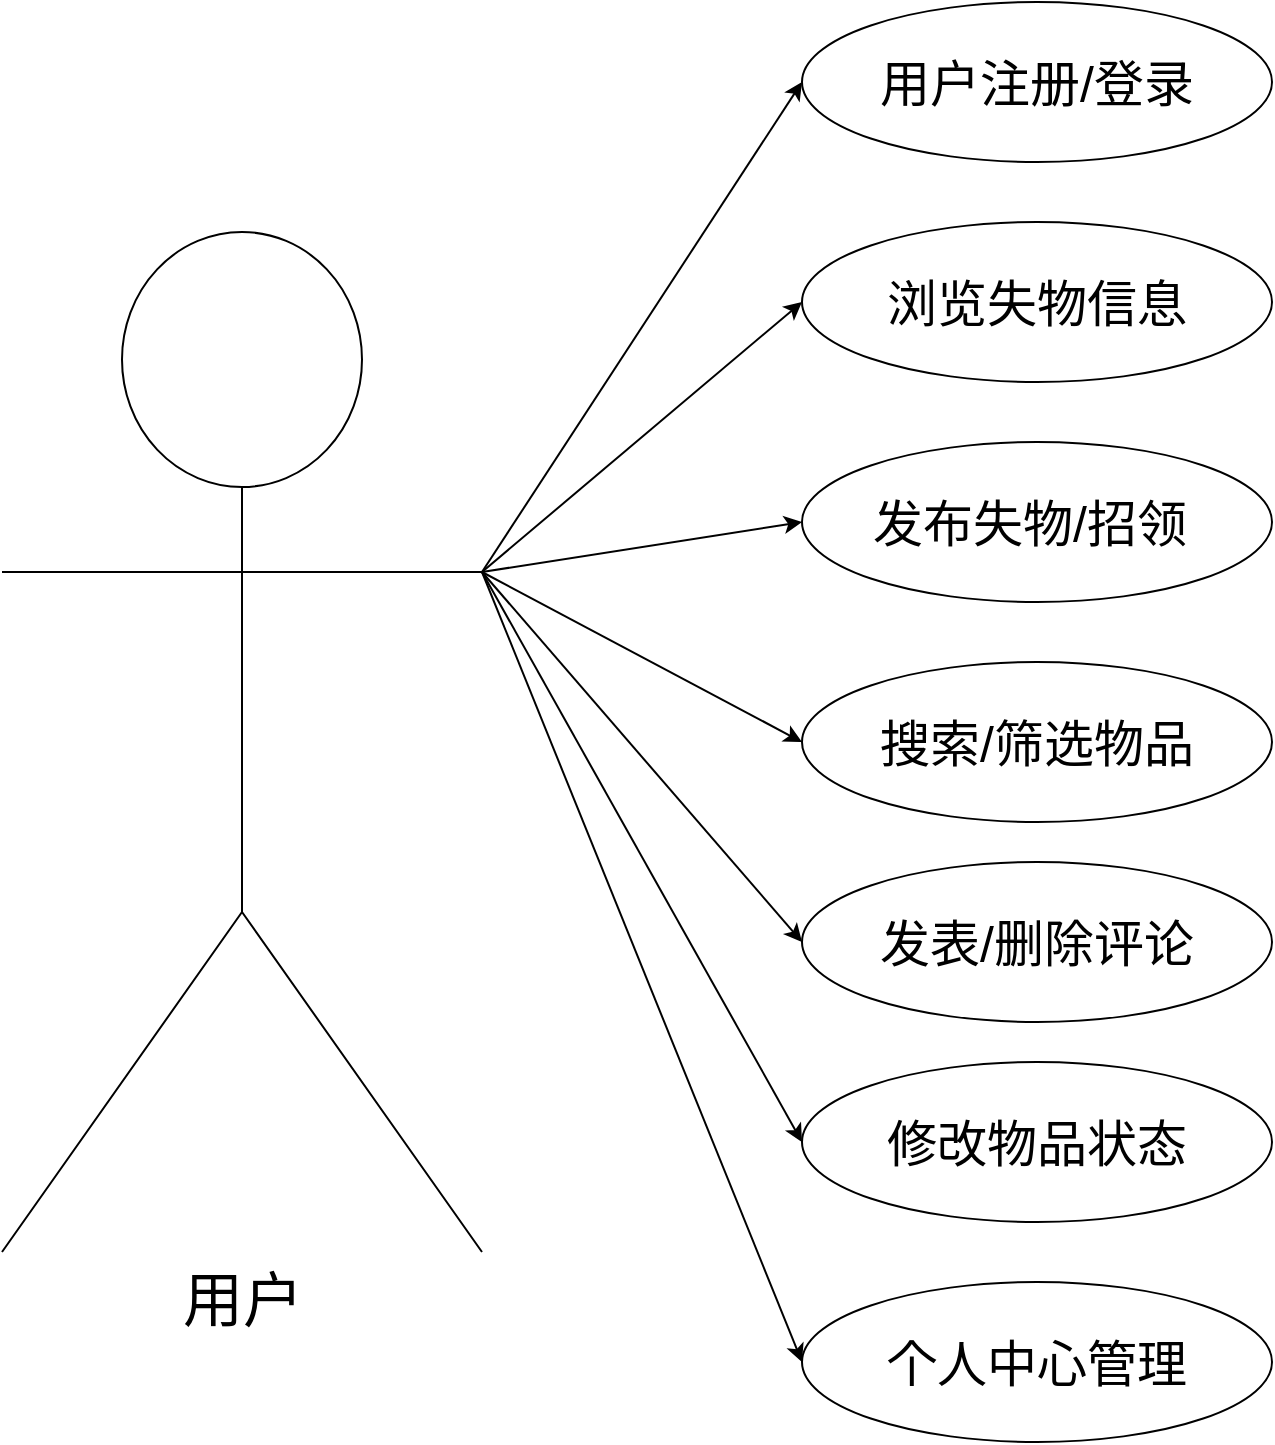
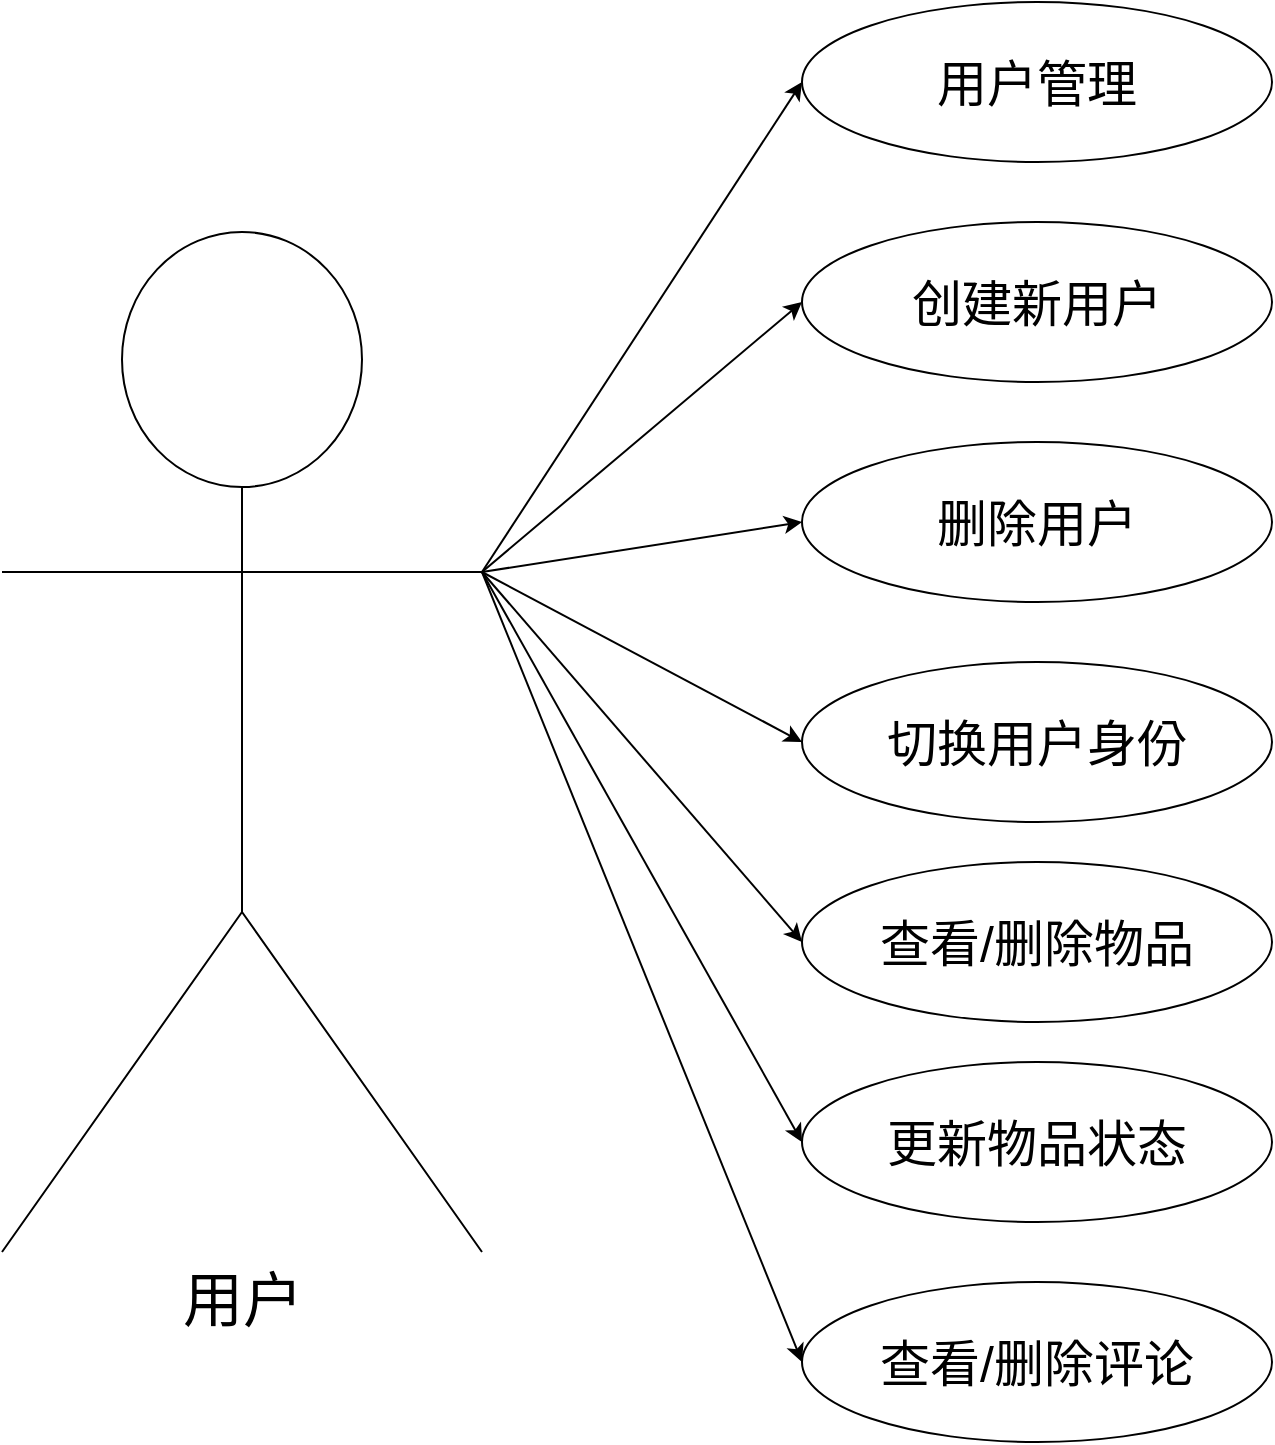
<mxfile host="app.diagrams.net">
  <diagram name="第 1 页" id="93CouexCpHVK_NWImTAk">
    <mxGraphModel dx="1460" dy="757" grid="1" gridSize="10" guides="1" tooltips="1" connect="1" arrows="1" fold="1" page="1" pageScale="1" pageWidth="1169" pageHeight="827" math="0" shadow="0">
      <root>
        <mxCell id="0" />
        <mxCell id="1" parent="0" />
        <mxCell id="UZudlfkvn2CpbX-pcirz-12" edge="1" parent="1" source="UZudlfkvn2CpbX-pcirz-1" style="rounded=0;orthogonalLoop=1;jettySize=auto;html=1;exitX=1;exitY=0.3333333333333333;exitDx=0;exitDy=0;exitPerimeter=0;entryX=0;entryY=0.5;entryDx=0;entryDy=0;" target="UZudlfkvn2CpbX-pcirz-3">
          <mxGeometry relative="1" as="geometry" />
        </mxCell>
        <mxCell id="UZudlfkvn2CpbX-pcirz-13" edge="1" parent="1" source="UZudlfkvn2CpbX-pcirz-1" style="rounded=0;orthogonalLoop=1;jettySize=auto;html=1;exitX=1;exitY=0.3333333333333333;exitDx=0;exitDy=0;exitPerimeter=0;entryX=0;entryY=0.5;entryDx=0;entryDy=0;" target="UZudlfkvn2CpbX-pcirz-9">
          <mxGeometry relative="1" as="geometry" />
        </mxCell>
        <mxCell id="UZudlfkvn2CpbX-pcirz-14" edge="1" parent="1" source="UZudlfkvn2CpbX-pcirz-1" style="rounded=0;orthogonalLoop=1;jettySize=auto;html=1;exitX=1;exitY=0.3333333333333333;exitDx=0;exitDy=0;exitPerimeter=0;entryX=0;entryY=0.5;entryDx=0;entryDy=0;" target="UZudlfkvn2CpbX-pcirz-8">
          <mxGeometry relative="1" as="geometry" />
        </mxCell>
        <mxCell id="UZudlfkvn2CpbX-pcirz-15" edge="1" parent="1" source="UZudlfkvn2CpbX-pcirz-1" style="rounded=0;orthogonalLoop=1;jettySize=auto;html=1;exitX=1;exitY=0.3333333333333333;exitDx=0;exitDy=0;exitPerimeter=0;entryX=0;entryY=0.5;entryDx=0;entryDy=0;" target="UZudlfkvn2CpbX-pcirz-7">
          <mxGeometry relative="1" as="geometry" />
        </mxCell>
        <mxCell id="UZudlfkvn2CpbX-pcirz-16" edge="1" parent="1" source="UZudlfkvn2CpbX-pcirz-1" style="rounded=0;orthogonalLoop=1;jettySize=auto;html=1;exitX=1;exitY=0.3333333333333333;exitDx=0;exitDy=0;exitPerimeter=0;entryX=0;entryY=0.5;entryDx=0;entryDy=0;" target="UZudlfkvn2CpbX-pcirz-6">
          <mxGeometry relative="1" as="geometry" />
        </mxCell>
        <mxCell id="UZudlfkvn2CpbX-pcirz-17" edge="1" parent="1" source="UZudlfkvn2CpbX-pcirz-1" style="rounded=0;orthogonalLoop=1;jettySize=auto;html=1;exitX=1;exitY=0.3333333333333333;exitDx=0;exitDy=0;exitPerimeter=0;entryX=0;entryY=0.5;entryDx=0;entryDy=0;" target="UZudlfkvn2CpbX-pcirz-5">
          <mxGeometry relative="1" as="geometry" />
        </mxCell>
        <mxCell id="UZudlfkvn2CpbX-pcirz-18" edge="1" parent="1" source="UZudlfkvn2CpbX-pcirz-1" style="rounded=0;orthogonalLoop=1;jettySize=auto;html=1;exitX=1;exitY=0.3333333333333333;exitDx=0;exitDy=0;exitPerimeter=0;entryX=0;entryY=0.5;entryDx=0;entryDy=0;" target="UZudlfkvn2CpbX-pcirz-4">
          <mxGeometry relative="1" as="geometry" />
        </mxCell>
        <mxCell id="UZudlfkvn2CpbX-pcirz-1" parent="1" style="shape=umlActor;verticalLabelPosition=bottom;verticalAlign=top;html=1;outlineConnect=0;fillColor=none;" value="&lt;font style=&quot;font-size: 30px;&quot;&gt;用户&lt;/font&gt;" vertex="1">
          <mxGeometry height="510" width="240" x="60" y="125" as="geometry" />
        </mxCell>
-         <mxCell id="UZudlfkvn2CpbX-pcirz-3" parent="1" style="ellipse;whiteSpace=wrap;html=1;fillColor=none;" value="&lt;font style=&quot;font-size: 25px;&quot;&gt;用户注册/登录&lt;/font&gt;" vertex="1">
+         <mxCell id="UZudlfkvn2CpbX-pcirz-3" parent="1" style="ellipse;whiteSpace=wrap;html=1;fillColor=none;" value="&lt;font style=&quot;font-size: 25px;&quot;&gt;用户管理&lt;/font&gt;" vertex="1">
          <mxGeometry height="80" width="235" x="460" y="10" as="geometry" />
        </mxCell>
-         <mxCell id="UZudlfkvn2CpbX-pcirz-4" parent="1" style="ellipse;whiteSpace=wrap;html=1;fillColor=none;" value="&lt;font style=&quot;font-size: 25px;&quot;&gt;个人中心管理&lt;/font&gt;" vertex="1">
+         <mxCell id="UZudlfkvn2CpbX-pcirz-4" parent="1" style="ellipse;whiteSpace=wrap;html=1;fillColor=none;" value="&lt;font style=&quot;font-size: 25px;&quot;&gt;查看/删除评论&lt;/font&gt;" vertex="1">
          <mxGeometry height="80" width="235" x="460" y="650" as="geometry" />
        </mxCell>
-         <mxCell id="UZudlfkvn2CpbX-pcirz-5" parent="1" style="ellipse;whiteSpace=wrap;html=1;fillColor=none;" value="&lt;font style=&quot;font-size: 25px;&quot;&gt;修改物品状态&lt;/font&gt;" vertex="1">
+         <mxCell id="UZudlfkvn2CpbX-pcirz-5" parent="1" style="ellipse;whiteSpace=wrap;html=1;fillColor=none;" value="&lt;font style=&quot;font-size: 25px;&quot;&gt;更新物品状态&lt;/font&gt;" vertex="1">
          <mxGeometry height="80" width="235" x="460" y="540" as="geometry" />
        </mxCell>
-         <mxCell id="UZudlfkvn2CpbX-pcirz-6" parent="1" style="ellipse;whiteSpace=wrap;html=1;fillColor=none;" value="&lt;font style=&quot;font-size: 25px;&quot;&gt;发表/删除评论&lt;/font&gt;" vertex="1">
+         <mxCell id="UZudlfkvn2CpbX-pcirz-6" parent="1" style="ellipse;whiteSpace=wrap;html=1;fillColor=none;" value="&lt;font style=&quot;font-size: 25px;&quot;&gt;查看/删除物品&lt;/font&gt;" vertex="1">
          <mxGeometry height="80" width="235" x="460" y="440" as="geometry" />
        </mxCell>
-         <mxCell id="UZudlfkvn2CpbX-pcirz-7" parent="1" style="ellipse;whiteSpace=wrap;html=1;fillColor=none;" value="&lt;font style=&quot;font-size: 25px;&quot;&gt;搜索/筛选物品&lt;/font&gt;" vertex="1">
+         <mxCell id="UZudlfkvn2CpbX-pcirz-7" parent="1" style="ellipse;whiteSpace=wrap;html=1;fillColor=none;" value="&lt;font style=&quot;font-size: 25px;&quot;&gt;切换用户身份&lt;/font&gt;" vertex="1">
          <mxGeometry height="80" width="235" x="460" y="340" as="geometry" />
        </mxCell>
-         <mxCell id="UZudlfkvn2CpbX-pcirz-8" parent="1" style="ellipse;whiteSpace=wrap;html=1;fillColor=none;" value="&lt;font style=&quot;font-size: 25px;&quot;&gt;发布失物/招领&amp;nbsp;&lt;/font&gt;" vertex="1">
+         <mxCell id="UZudlfkvn2CpbX-pcirz-8" parent="1" style="ellipse;whiteSpace=wrap;html=1;fillColor=none;" value="&lt;font style=&quot;font-size: 25px;&quot;&gt;删除用户&lt;/font&gt;" vertex="1">
          <mxGeometry height="80" width="235" x="460" y="230" as="geometry" />
        </mxCell>
-         <mxCell id="UZudlfkvn2CpbX-pcirz-9" parent="1" style="ellipse;whiteSpace=wrap;html=1;fillColor=none;" value="&lt;font style=&quot;font-size: 25px;&quot;&gt;浏览失物信息&lt;/font&gt;" vertex="1">
+         <mxCell id="UZudlfkvn2CpbX-pcirz-9" parent="1" style="ellipse;whiteSpace=wrap;html=1;fillColor=none;" value="&lt;font style=&quot;font-size: 25px;&quot;&gt;创建新用户&lt;/font&gt;" vertex="1">
          <mxGeometry height="80" width="235" x="460" y="120" as="geometry" />
        </mxCell>
      </root>
    </mxGraphModel>
  </diagram>
</mxfile>
